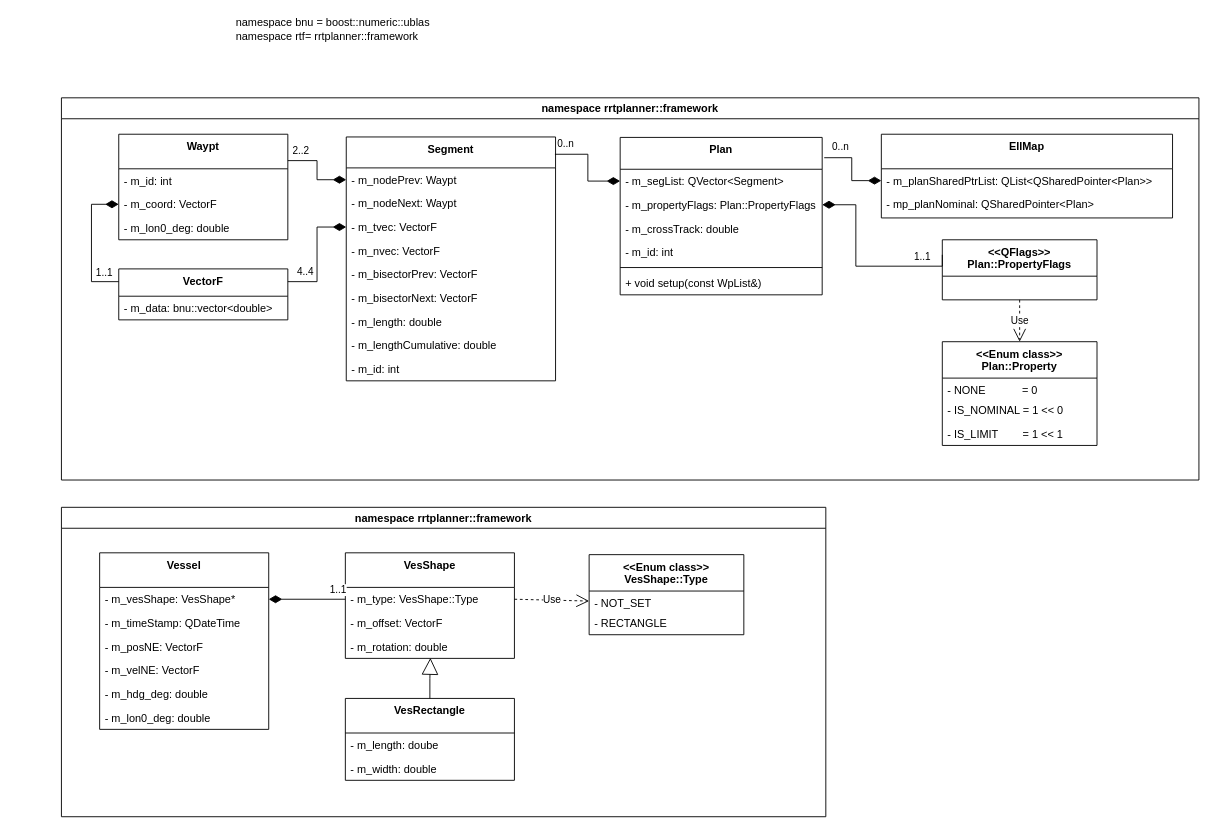
Above: page "Framework: Data Structs" (1 of 8) of doc/RrtPlannerLib.drawio in yewcw75/TestRepo (draw.io), before the change. Source tidied: cells renumbered, new cells numbered last; positions are measured from the earlier drawing's top-left corner, leaving out a move shared by most shapes. Both pictures are drawn from the tidied source at 91%, with x=0, y=0 at pixel (61, 15).
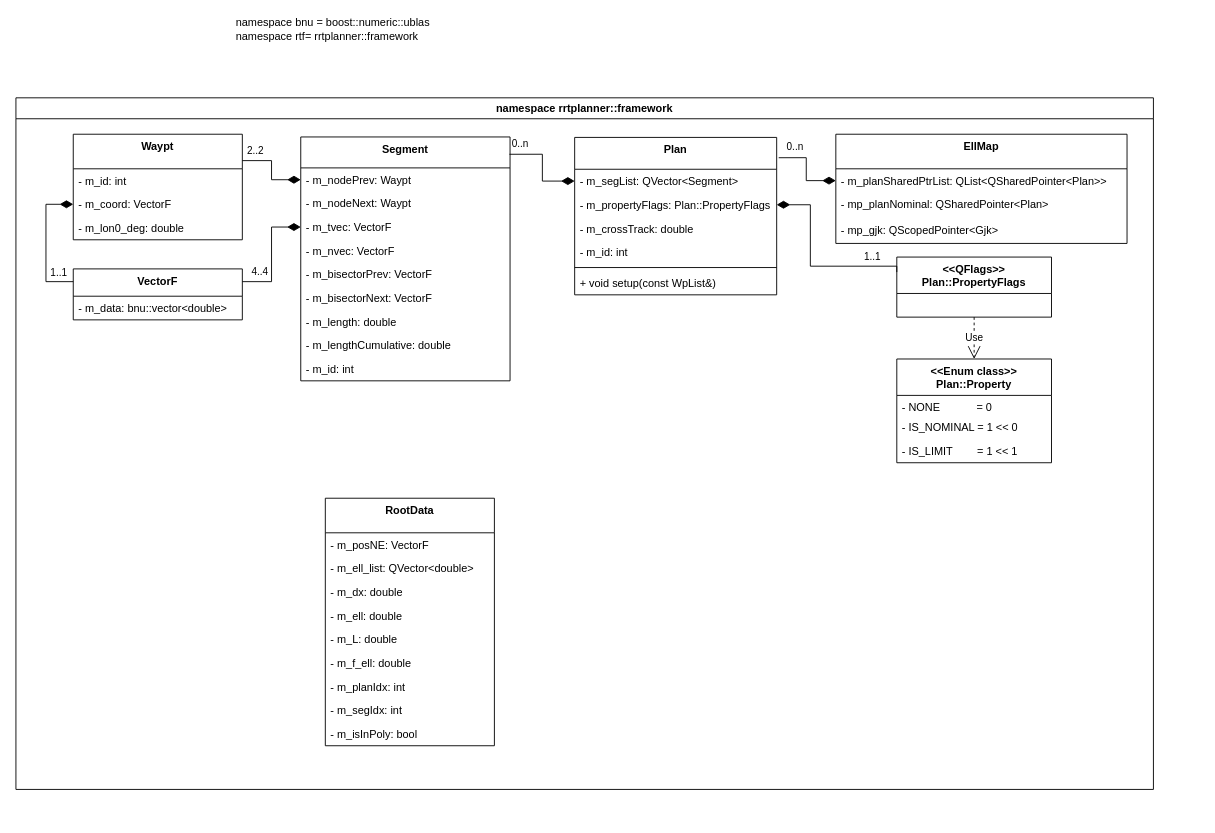
After the change.

What changed in the source:
```diff
@@
     <mxCell id="3" value="namespace rrtplanner::framework" style="swimlane;" parent="1" vertex="1">
-      <mxGeometry y="90" width="1250" height="420" as="geometry" />
+      <mxGeometry x="-50" y="90" width="1250" height="760" as="geometry" />
     </mxCell>
@@
     <mxCell id="21" value="EllMap" style="swimlane;fontStyle=1;align=center;verticalAlign=top;horizontal=1;startSize=38;" parent="3" vertex="1">
-      <mxGeometry x="901" y="40" width="320" height="92" as="geometry" />
+      <mxGeometry x="901" y="40" width="320" height="120" as="geometry" />
     </mxCell>
@@
+    <mxCell id="70" value="- mp_gjk: QScopedPointer&lt;Gjk&gt;  " style="text;strokeColor=none;fillColor=none;align=left;verticalAlign=top;spacingLeft=4;spacingRight=4;overflow=hidden;" parent="21" vertex="1">
+      <mxGeometry y="92" width="320" height="28" as="geometry" />
+    </mxCell>
@@
     <mxCell id="32" value="&lt;&lt;Enum class&gt;&gt;&#10;Plan::Property" style="swimlane;fontStyle=1;align=center;verticalAlign=top;horizontal=1;startSize=40;" parent="3" vertex="1">
-      <mxGeometry x="968" y="268" width="170" height="114" as="geometry" />
+      <mxGeometry x="968" y="287" width="170" height="114" as="geometry" />
     </mxCell>
@@
     <mxCell id="36" value="&lt;&lt;QFlags&gt;&gt;&#10;Plan::PropertyFlags" style="swimlane;fontStyle=1;align=center;verticalAlign=top;horizontal=1;startSize=40;" parent="3" vertex="1">
-      <mxGeometry x="968" y="156" width="170" height="66" as="geometry" />
+      <mxGeometry x="968" y="175" width="170" height="66" as="geometry" />
     </mxCell>
@@
-    <mxCell id="48" value="namespace rrtplanner::framework" style="swimlane;" parent="1" vertex="1">
-      <mxGeometry y="540" width="840" height="340" as="geometry" />
-    </mxCell>
-    <mxCell id="49" value="VesShape" style="swimlane;fontStyle=1;align=center;verticalAlign=top;horizontal=1;startSize=38;" parent="48" vertex="1">
-      <mxGeometry x="312" y="50" width="185.8" height="116" as="geometry" />
-    </mxCell>
-    <mxCell id="50" value="- m_type: VesShape::Type" style="text;strokeColor=none;fillColor=none;align=left;verticalAlign=top;spacingLeft=4;spacingRight=4;overflow=hidden;points=[[0,0.5],[1,0.5]];portConstraint=eastwest;" parent="49" vertex="1">
-      <mxGeometry y="38" width="185.8" height="26" as="geometry" />
-    </mxCell>
-    <mxCell id="51" value="- m_offset: VectorF" style="text;strokeColor=none;fillColor=none;align=left;verticalAlign=top;spacingLeft=4;spacingRight=4;overflow=hidden;" parent="49" vertex="1">
-      <mxGeometry y="64" width="185.8" height="26" as="geometry" />
-    </mxCell>
-    <mxCell id="52" value="- m_rotation: double" style="text;strokeColor=none;fillColor=none;align=left;verticalAlign=top;spacingLeft=4;spacingRight=4;overflow=hidden;points=[[0,0.5],[1,0.5]];portConstraint=eastwest;" parent="49" vertex="1">
-      <mxGeometry y="90" width="185.8" height="26" as="geometry" />
-    </mxCell>
-    <mxCell id="53" value="VesRectangle" style="swimlane;fontStyle=1;align=center;verticalAlign=top;horizontal=1;startSize=38;" parent="48" vertex="1">
-      <mxGeometry x="312" y="210" width="185.8" height="90" as="geometry" />
-    </mxCell>
-    <mxCell id="54" value="- m_length: doube" style="text;strokeColor=none;fillColor=none;align=left;verticalAlign=top;spacingLeft=4;spacingRight=4;overflow=hidden;" parent="53" vertex="1">
-      <mxGeometry y="38" width="185.8" height="26" as="geometry" />
-    </mxCell>
-    <mxCell id="55" value="- m_width: double" style="text;strokeColor=none;fillColor=none;align=left;verticalAlign=top;spacingLeft=4;spacingRight=4;overflow=hidden;" parent="53" vertex="1">
-      <mxGeometry y="64" width="185.8" height="26" as="geometry" />
-    </mxCell>
-    <mxCell id="56" value="&lt;&lt;Enum class&gt;&gt;&#10;VesShape::Type" style="swimlane;fontStyle=1;align=center;verticalAlign=top;horizontal=1;startSize=40;" parent="48" vertex="1">
-      <mxGeometry x="579.9" y="52" width="170" height="88" as="geometry" />
-    </mxCell>
-    <mxCell id="57" value="- NOT_SET " style="text;strokeColor=none;fillColor=none;align=left;verticalAlign=top;spacingLeft=4;spacingRight=4;overflow=hidden;points=[[0,0.5],[1,0.5]];portConstraint=eastwest;" parent="56" vertex="1">
-      <mxGeometry y="40" width="170" height="22" as="geometry" />
-    </mxCell>
-    <mxCell id="58" value="- RECTANGLE" style="text;strokeColor=none;fillColor=none;align=left;verticalAlign=top;spacingLeft=4;spacingRight=4;overflow=hidden;" parent="56" vertex="1">
-      <mxGeometry y="62" width="170" height="26" as="geometry" />
-    </mxCell>
-    <mxCell id="59" value="Use" style="endArrow=open;endSize=12;dashed=1;html=1;rounded=0;exitX=1;exitY=0.5;exitDx=0;exitDy=0;entryX=0;entryY=0.5;entryDx=0;entryDy=0;" parent="48" edge="1" source="50" target="57">
-      <mxGeometry relative="1" as="geometry" />
-    </mxCell>
-    <mxCell id="60" style="endArrow=block;endSize=16;endFill=0;html=1;rounded=0;startArrow=none;exitX=0.5;exitY=0;exitDx=0;exitDy=0;edgeStyle=orthogonalEdgeStyle;entryX=0.503;entryY=0.98;entryDx=0;entryDy=0;entryPerimeter=0;" parent="48" edge="1" source="53" target="52">
-      <mxGeometry x="-0.13" relative="1" as="geometry" />
-    </mxCell>
-    <mxCell id="61" value="Vessel" style="swimlane;fontStyle=1;align=center;verticalAlign=top;horizontal=1;startSize=38;" parent="48" vertex="1">
-      <mxGeometry x="42" y="50" width="185.8" height="194" as="geometry" />
-    </mxCell>
-    <mxCell id="62" value="- m_vesShape: VesShape*" style="text;strokeColor=none;fillColor=none;align=left;verticalAlign=top;spacingLeft=4;spacingRight=4;overflow=hidden;points=[[0,0.5],[1,0.5]];portConstraint=eastwest;" parent="61" vertex="1">
-      <mxGeometry y="38" width="185.8" height="26" as="geometry" />
-    </mxCell>
-    <mxCell id="63" value="- m_timeStamp: QDateTime" style="text;strokeColor=none;fillColor=none;align=left;verticalAlign=top;spacingLeft=4;spacingRight=4;overflow=hidden;" parent="61" vertex="1">
-      <mxGeometry y="64" width="185.8" height="26" as="geometry" />
-    </mxCell>
+    <mxCell id="71" value="RootData" style="swimlane;fontStyle=1;align=center;verticalAlign=top;horizontal=1;startSize=38;" parent="3" vertex="1">
+      <mxGeometry x="340" y="440" width="185.8" height="272" as="geometry" />
+    </mxCell>
-    <mxCell id="64" value="- m_posNE: VectorF" style="text;strokeColor=none;fillColor=none;align=left;verticalAlign=top;spacingLeft=4;spacingRight=4;overflow=hidden;" parent="61" vertex="1">
-      <mxGeometry y="90" width="185.8" height="26" as="geometry" />
+    <mxCell id="64" value="- m_posNE: VectorF" style="text;strokeColor=none;fillColor=none;align=left;verticalAlign=top;spacingLeft=4;spacingRight=4;overflow=hidden;" parent="71" vertex="1">
+      <mxGeometry y="38" width="185.8" height="26" as="geometry" />
     </mxCell>
-    <mxCell id="65" value="- m_velNE: VectorF" style="text;strokeColor=none;fillColor=none;align=left;verticalAlign=top;spacingLeft=4;spacingRight=4;overflow=hidden;" parent="61" vertex="1">
-      <mxGeometry y="116" width="185.8" height="26" as="geometry" />
-    </mxCell>
-    <mxCell id="66" value="- m_hdg_deg: double" style="text;strokeColor=none;fillColor=none;align=left;verticalAlign=top;spacingLeft=4;spacingRight=4;overflow=hidden;" parent="61" vertex="1">
-      <mxGeometry y="142" width="185.8" height="26" as="geometry" />
-    </mxCell>
-    <mxCell id="67" value="- m_lon0_deg: double" style="text;strokeColor=none;fillColor=none;align=left;verticalAlign=top;spacingLeft=4;spacingRight=4;overflow=hidden;" parent="61" vertex="1">
-      <mxGeometry y="168" width="185.8" height="26" as="geometry" />
-    </mxCell>
-    <mxCell id="68" style="endArrow=diamondThin;endFill=1;endSize=12;html=1;rounded=0;edgeStyle=orthogonalEdgeStyle;entryX=1;entryY=0.5;entryDx=0;entryDy=0;exitX=0;exitY=0.5;exitDx=0;exitDy=0;" parent="48" edge="1" source="50" target="62">
-      <mxGeometry relative="1" as="geometry" />
-    </mxCell>
-    <mxCell id="69" value="1..1" style="edgeLabel;html=1;align=center;verticalAlign=middle;" parent="68" vertex="1">
-      <mxGeometry x="-0.74" y="-2" relative="1" as="geometry">
-        <mxPoint x="2" y="-9" as="offset" />
-      </mxGeometry>
-    </mxCell>
+    <mxCell id="72" value="- m_ell_list: QVector&lt;double&gt;" style="text;strokeColor=none;fillColor=none;align=left;verticalAlign=top;spacingLeft=4;spacingRight=4;overflow=hidden;" parent="71" vertex="1">
+      <mxGeometry y="64" width="185.8" height="26" as="geometry" />
+    </mxCell>
+    <mxCell id="73" value="- m_dx: double" style="text;strokeColor=none;fillColor=none;align=left;verticalAlign=top;spacingLeft=4;spacingRight=4;overflow=hidden;" parent="71" vertex="1">
+      <mxGeometry y="90" width="185.8" height="26" as="geometry" />
+    </mxCell>
+    <mxCell id="74" value="- m_ell: double" style="text;strokeColor=none;fillColor=none;align=left;verticalAlign=top;spacingLeft=4;spacingRight=4;overflow=hidden;" parent="71" vertex="1">
+      <mxGeometry y="116" width="185.8" height="26" as="geometry" />
+    </mxCell>
+    <mxCell id="75" value="- m_L: double" style="text;strokeColor=none;fillColor=none;align=left;verticalAlign=top;spacingLeft=4;spacingRight=4;overflow=hidden;" parent="71" vertex="1">
+      <mxGeometry y="142" width="185.8" height="26" as="geometry" />
+    </mxCell>
+    <mxCell id="76" value="- m_f_ell: double" style="text;strokeColor=none;fillColor=none;align=left;verticalAlign=top;spacingLeft=4;spacingRight=4;overflow=hidden;" parent="71" vertex="1">
+      <mxGeometry y="168" width="185.8" height="26" as="geometry" />
+    </mxCell>
+    <mxCell id="77" value="- m_planIdx: int" style="text;strokeColor=none;fillColor=none;align=left;verticalAlign=top;spacingLeft=4;spacingRight=4;overflow=hidden;" parent="71" vertex="1">
+      <mxGeometry y="194" width="185.8" height="26" as="geometry" />
+    </mxCell>
+    <mxCell id="78" value="- m_segIdx: int" style="text;strokeColor=none;fillColor=none;align=left;verticalAlign=top;spacingLeft=4;spacingRight=4;overflow=hidden;" parent="71" vertex="1">
+      <mxGeometry y="220" width="185.8" height="26" as="geometry" />
+    </mxCell>
+    <mxCell id="79" value="- m_isInPoly: bool" style="text;strokeColor=none;fillColor=none;align=left;verticalAlign=top;spacingLeft=4;spacingRight=4;overflow=hidden;" parent="71" vertex="1">
+      <mxGeometry y="246" width="185.8" height="26" as="geometry" />
+    </mxCell>
```
